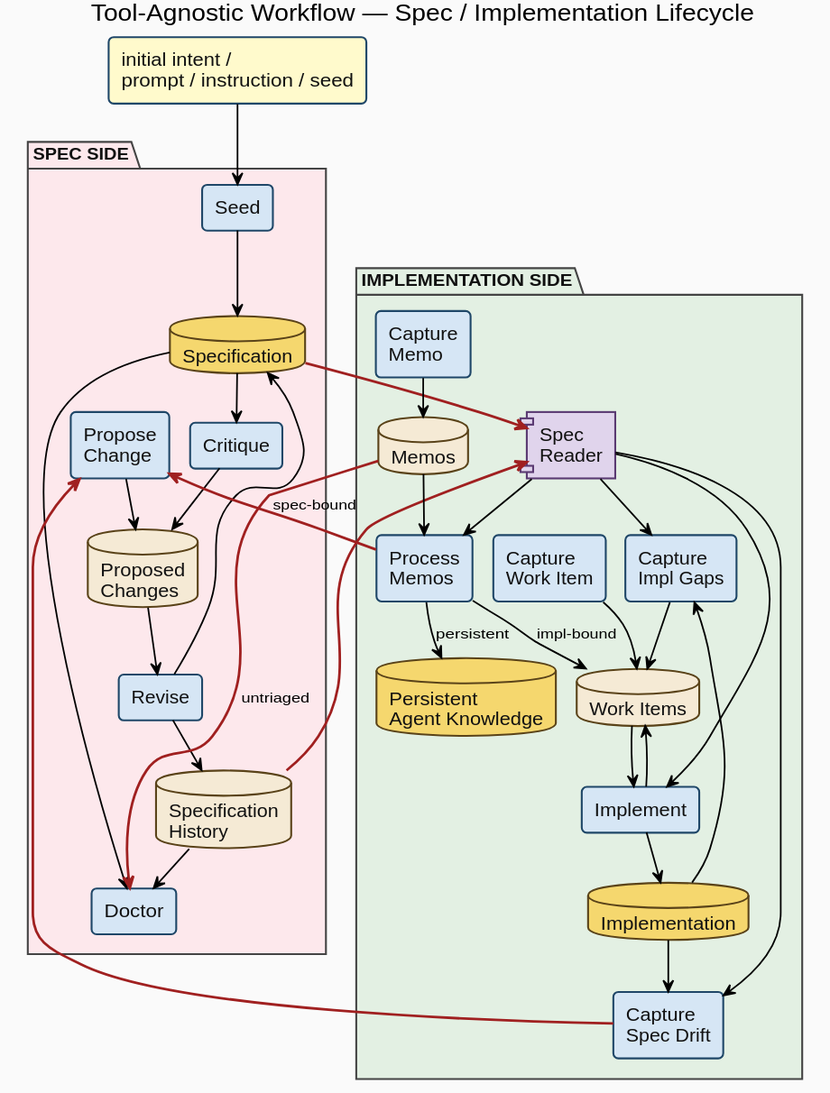
This is research/workflow-processes/diagrams/tool-agnostic-workflow.svg from thewoolleyman/livespec, a PlantUML export, as it was before one commit.
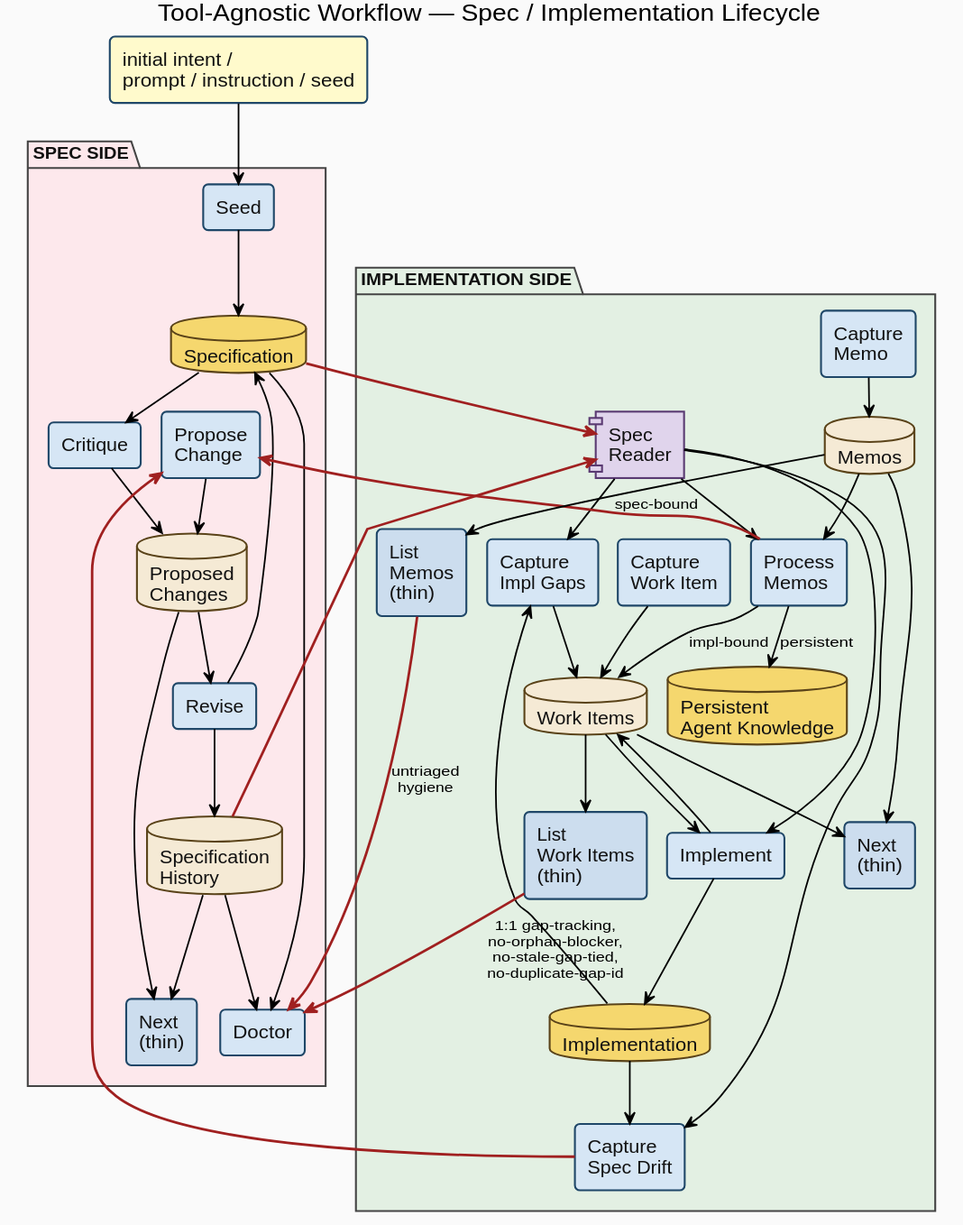
After the change.

Change to the diagram source:
```diff
@@ -50,6 +50,7 @@
   rectangle "Critique" as Critique
   rectangle "Revise" as Revise
   rectangle "Doctor" as Doctor
+  rectangle "Next\n(thin)" as SpecNext #ccddee
 
   database "Specification" as Spec #f5d76e
   database "Proposed\nChanges" as PCQueue
@@ -64,6 +65,9 @@
   rectangle "Capture\nSpec Drift" as CaptureSpecDrift
   rectangle "Capture\nMemo" as CaptureMemo
   rectangle "Process\nMemos" as ProcessMemos
+  rectangle "List\nMemos\n(thin)" as ListMemos #ccddee
+  rectangle "List\nWork Items\n(thin)" as ListWorkItems #ccddee
+  rectangle "Next\n(thin)" as ImplNext #ccddee
 
   component "Spec\nReader" as SpecReader
 
@@ -113,6 +117,15 @@
 
 ProcessMemos -[#a02020,thickness=2]-> Propose : spec-bound
 
-Memos -[#a02020,thickness=2]-> Doctor : untriaged
+Memos --> ListMemos
+ListMemos -[#a02020,thickness=2]-> Doctor : untriaged\nhygiene
+
+WorkItems --> ListWorkItems
+ListWorkItems -[#a02020,thickness=2]-> Doctor : 1:1 gap-tracking,\nno-orphan-blocker,\nno-stale-gap-tied,\nno-duplicate-gap-id
+
+PCQueue --> SpecNext
+History --> SpecNext
+WorkItems --> ImplNext
+Memos --> ImplNext
 
 @enduml
```
